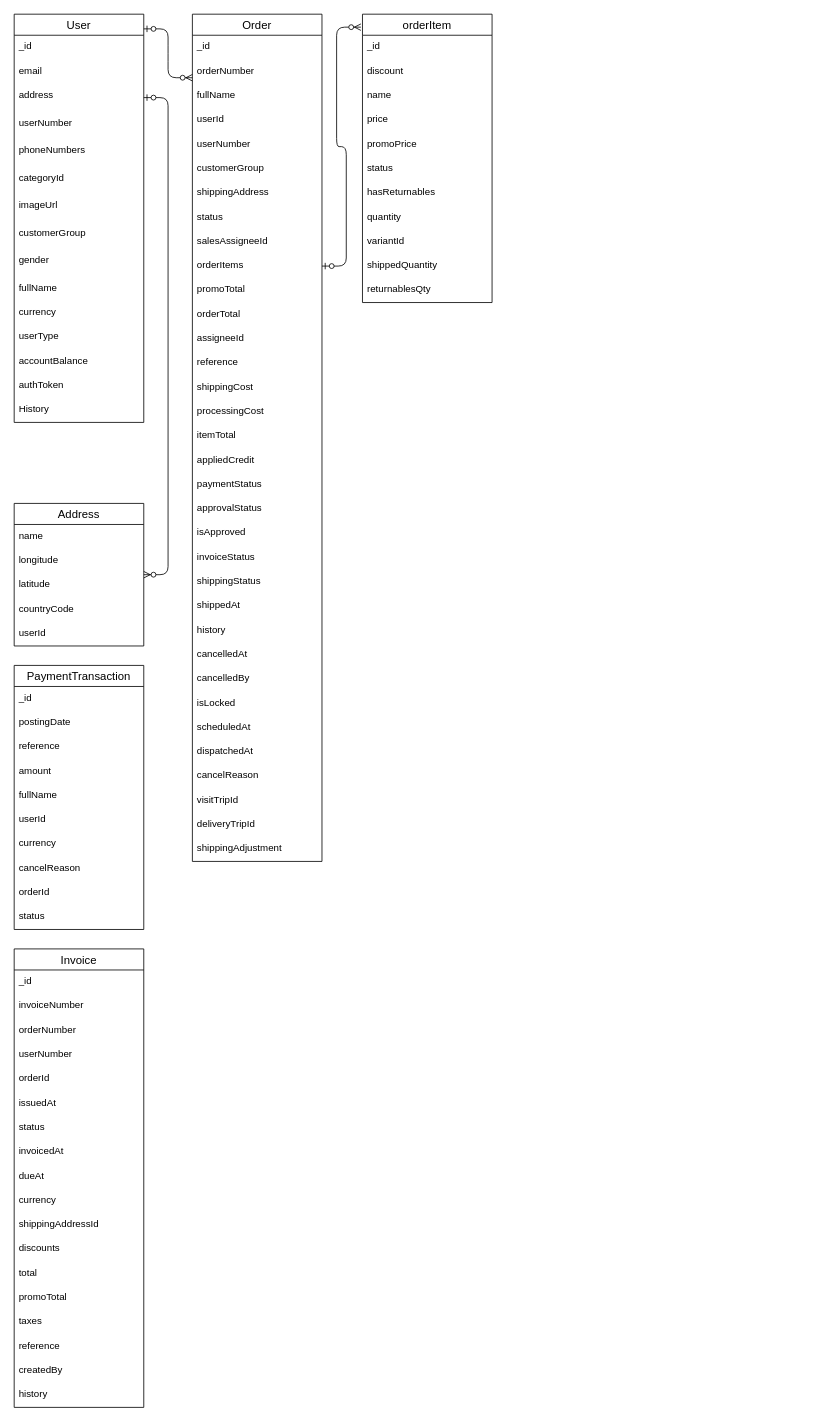
Above: Untitled Diagram.drawio in kadismile/groceries2go (draw.io), before the change. Source tidied: cells renumbered, new cells numbered last; positions are measured from the earlier drawing's top-left corner, leaving out a move shared by most shapes. Both pictures are drawn from the tidied source at 81%, with x=0, y=0 at pixel (14, 14).
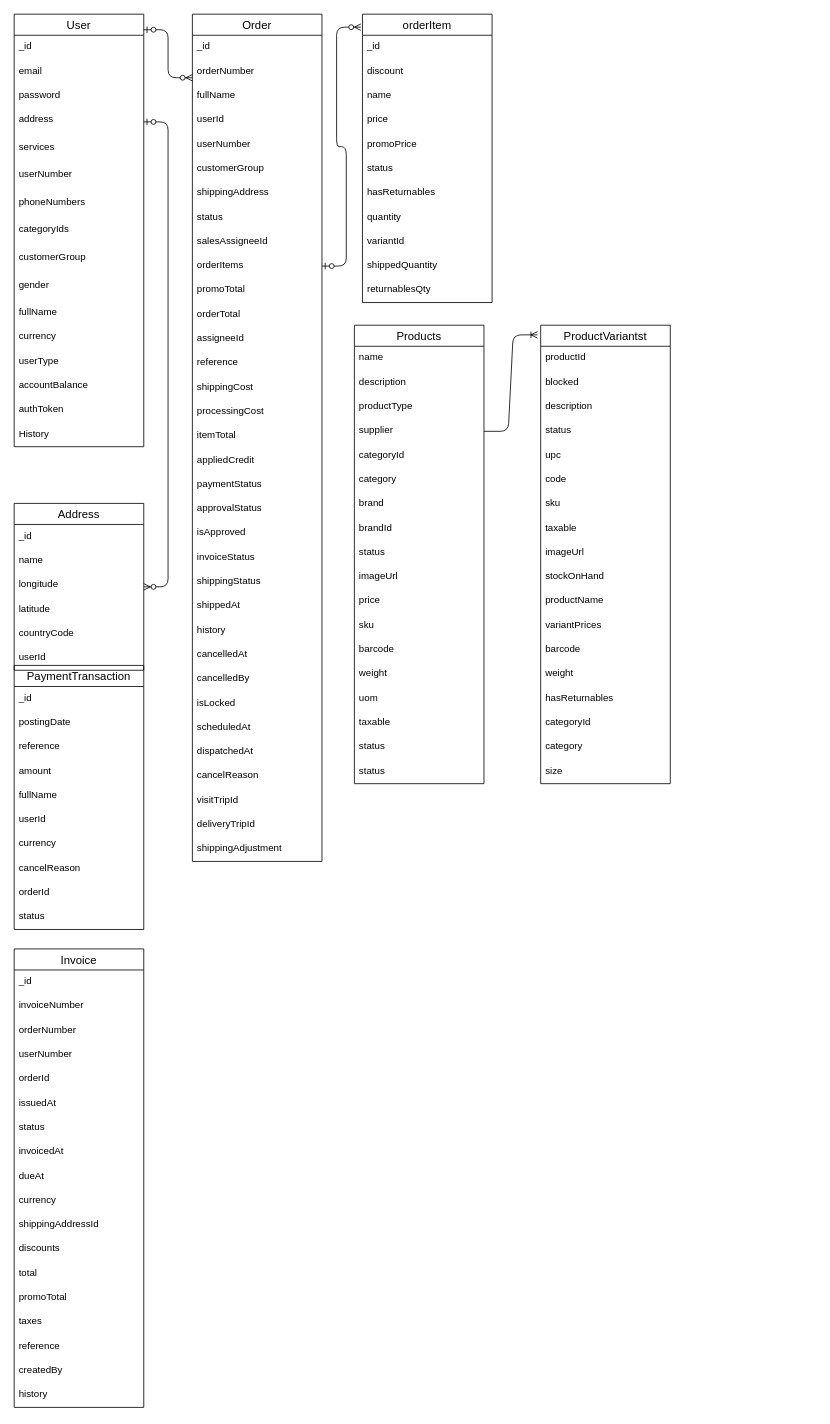
The same diagram, later.

Commit message:
added products and product variants to tables

Change to the diagram source:
```diff
@@
     <mxCell id="6" value="User" style="swimlane;fontStyle=0;horizontal=1;startSize=26;align=center;fontSize=14;" parent="1" vertex="1">
-      <mxGeometry width="160" height="504" as="geometry" />
+      <mxGeometry width="160" height="534" as="geometry" />
     </mxCell>
@@
+    <mxCell id="108" value="password" style="text;strokeColor=none;fillColor=none;spacingLeft=4;spacingRight=4;overflow=hidden;fontSize=12;" parent="6" vertex="1">
+      <mxGeometry y="86" width="160" height="30" as="geometry" />
+    </mxCell>
     <mxCell id="9" value="address" style="text;strokeColor=none;fillColor=none;spacingLeft=4;spacingRight=4;overflow=hidden;points=[[0,0.5],[1,0.5]];portConstraint=eastwest;fontSize=12;" parent="6" vertex="1">
-      <mxGeometry y="86" width="160" height="34" as="geometry" />
+      <mxGeometry y="116" width="160" height="34" as="geometry" />
     </mxCell>
+    <mxCell id="109" value="services&#10;" style="text;strokeColor=none;fillColor=none;spacingLeft=4;spacingRight=4;overflow=hidden;fontSize=12;" parent="6" vertex="1">
+      <mxGeometry y="150" width="160" height="34" as="geometry" />
+    </mxCell>
     <mxCell id="10" value="userNumber" style="text;strokeColor=none;fillColor=none;spacingLeft=4;spacingRight=4;overflow=hidden;fontSize=12;" parent="6" vertex="1">
-      <mxGeometry y="120" width="160" height="34" as="geometry" />
+      <mxGeometry y="184" width="160" height="34" as="geometry" />
     </mxCell>
     <mxCell id="11" value="phoneNumbers" style="text;strokeColor=none;fillColor=none;spacingLeft=4;spacingRight=4;overflow=hidden;fontSize=12;" parent="6" vertex="1">
-      <mxGeometry y="154" width="160" height="34" as="geometry" />
+      <mxGeometry y="218" width="160" height="34" as="geometry" />
     </mxCell>
-    <mxCell id="12" value="categoryId" style="text;strokeColor=none;fillColor=none;spacingLeft=4;spacingRight=4;overflow=hidden;fontSize=12;" parent="6" vertex="1">
-      <mxGeometry y="188" width="160" height="34" as="geometry" />
+    <mxCell id="12" value="categoryIds" style="text;strokeColor=none;fillColor=none;spacingLeft=4;spacingRight=4;overflow=hidden;fontSize=12;" parent="6" vertex="1">
+      <mxGeometry y="252" width="160" height="34" as="geometry" />
     </mxCell>
-    <mxCell id="13" value="imageUrl" style="text;strokeColor=none;fillColor=none;spacingLeft=4;spacingRight=4;overflow=hidden;fontSize=12;" parent="6" vertex="1">
-      <mxGeometry y="222" width="160" height="34" as="geometry" />
-    </mxCell>
     <mxCell id="14" value="customerGroup" style="text;strokeColor=none;fillColor=none;spacingLeft=4;spacingRight=4;overflow=hidden;fontSize=12;" parent="6" vertex="1">
-      <mxGeometry y="256" width="160" height="34" as="geometry" />
+      <mxGeometry y="286" width="160" height="34" as="geometry" />
     </mxCell>
     <mxCell id="15" value="gender" style="text;strokeColor=none;fillColor=none;spacingLeft=4;spacingRight=4;overflow=hidden;fontSize=12;" parent="6" vertex="1">
-      <mxGeometry y="290" width="160" height="34" as="geometry" />
+      <mxGeometry y="320" width="160" height="34" as="geometry" />
     </mxCell>
     <mxCell id="16" value="fullName" style="text;strokeColor=none;fillColor=none;spacingLeft=4;spacingRight=4;overflow=hidden;fontSize=12;" parent="6" vertex="1">
-      <mxGeometry y="324" width="160" height="30" as="geometry" />
+      <mxGeometry y="354" width="160" height="30" as="geometry" />
     </mxCell>
     <mxCell id="17" value="currency" style="text;strokeColor=none;fillColor=none;spacingLeft=4;spacingRight=4;overflow=hidden;fontSize=12;" parent="6" vertex="1">
-      <mxGeometry y="354" width="160" height="30" as="geometry" />
+      <mxGeometry y="384" width="160" height="30" as="geometry" />
     </mxCell>
     <mxCell id="18" value="userType" style="text;strokeColor=none;fillColor=none;spacingLeft=4;spacingRight=4;overflow=hidden;fontSize=12;" parent="6" vertex="1">
-      <mxGeometry y="384" width="160" height="30" as="geometry" />
+      <mxGeometry y="414" width="160" height="30" as="geometry" />
     </mxCell>
     <mxCell id="19" value="accountBalance" style="text;strokeColor=none;fillColor=none;spacingLeft=4;spacingRight=4;overflow=hidden;fontSize=12;" parent="6" vertex="1">
-      <mxGeometry y="414" width="160" height="30" as="geometry" />
+      <mxGeometry y="444" width="160" height="30" as="geometry" />
     </mxCell>
     <mxCell id="20" value="authToken" style="text;strokeColor=none;fillColor=none;spacingLeft=4;spacingRight=4;overflow=hidden;fontSize=12;" parent="6" vertex="1">
-      <mxGeometry y="444" width="160" height="30" as="geometry" />
+      <mxGeometry y="474" width="160" height="30" as="geometry" />
     </mxCell>
     <mxCell id="21" value="History" style="text;strokeColor=none;fillColor=none;spacingLeft=4;spacingRight=4;overflow=hidden;fontSize=12;" parent="6" vertex="1">
-      <mxGeometry y="474" width="160" height="30" as="geometry" />
+      <mxGeometry y="504" width="160" height="30" as="geometry" />
     </mxCell>
@@
+    <mxCell id="110" value="Products" style="swimlane;fontStyle=0;horizontal=1;startSize=26;align=center;fontSize=14;" parent="1" vertex="1">
+      <mxGeometry x="420" y="384" width="160" height="566" as="geometry" />
+    </mxCell>
+    <mxCell id="111" value="name" style="text;strokeColor=none;fillColor=none;spacingLeft=4;spacingRight=4;overflow=hidden;fontSize=12;" parent="110" vertex="1">
+      <mxGeometry y="26" width="160" height="30" as="geometry" />
+    </mxCell>
+    <mxCell id="112" value="description" style="text;strokeColor=none;fillColor=none;spacingLeft=4;spacingRight=4;overflow=hidden;fontSize=12;" parent="110" vertex="1">
+      <mxGeometry y="56" width="160" height="30" as="geometry" />
+    </mxCell>
+    <mxCell id="113" value="productType" style="text;strokeColor=none;fillColor=none;spacingLeft=4;spacingRight=4;overflow=hidden;fontSize=12;" parent="110" vertex="1">
+      <mxGeometry y="86" width="160" height="30" as="geometry" />
+    </mxCell>
+    <mxCell id="114" value="supplier" style="text;strokeColor=none;fillColor=none;spacingLeft=4;spacingRight=4;overflow=hidden;points=[[0,0.5],[1,0.5]];portConstraint=eastwest;fontSize=12;" parent="110" vertex="1">
+      <mxGeometry y="116" width="160" height="30" as="geometry" />
+    </mxCell>
+    <mxCell id="115" value="categoryId" style="text;strokeColor=none;fillColor=none;spacingLeft=4;spacingRight=4;overflow=hidden;fontSize=12;" parent="110" vertex="1">
+      <mxGeometry y="146" width="160" height="30" as="geometry" />
+    </mxCell>
+    <mxCell id="116" value="category" style="text;strokeColor=none;fillColor=none;spacingLeft=4;spacingRight=4;overflow=hidden;fontSize=12;" parent="110" vertex="1">
+      <mxGeometry y="176" width="160" height="30" as="geometry" />
+    </mxCell>
+    <mxCell id="117" value="brand" style="text;strokeColor=none;fillColor=none;spacingLeft=4;spacingRight=4;overflow=hidden;fontSize=12;" parent="110" vertex="1">
+      <mxGeometry y="206" width="160" height="30" as="geometry" />
+    </mxCell>
+    <mxCell id="118" value="brandId" style="text;strokeColor=none;fillColor=none;spacingLeft=4;spacingRight=4;overflow=hidden;fontSize=12;" parent="110" vertex="1">
+      <mxGeometry y="236" width="160" height="30" as="geometry" />
+    </mxCell>
+    <mxCell id="119" value="status" style="text;strokeColor=none;fillColor=none;spacingLeft=4;spacingRight=4;overflow=hidden;fontSize=12;" parent="110" vertex="1">
+      <mxGeometry y="266" width="160" height="30" as="geometry" />
+    </mxCell>
+    <mxCell id="120" value="imageUrl" style="text;strokeColor=none;fillColor=none;spacingLeft=4;spacingRight=4;overflow=hidden;fontSize=12;" parent="110" vertex="1">
+      <mxGeometry y="296" width="160" height="30" as="geometry" />
+    </mxCell>
+    <mxCell id="121" value="price" style="text;strokeColor=none;fillColor=none;spacingLeft=4;spacingRight=4;overflow=hidden;fontSize=12;" parent="110" vertex="1">
+      <mxGeometry y="326" width="160" height="30" as="geometry" />
+    </mxCell>
+    <mxCell id="122" value="sku" style="text;strokeColor=none;fillColor=none;spacingLeft=4;spacingRight=4;overflow=hidden;fontSize=12;" parent="110" vertex="1">
+      <mxGeometry y="356" width="160" height="30" as="geometry" />
+    </mxCell>
+    <mxCell id="123" value="barcode" style="text;strokeColor=none;fillColor=none;spacingLeft=4;spacingRight=4;overflow=hidden;fontSize=12;" parent="110" vertex="1">
+      <mxGeometry y="386" width="160" height="30" as="geometry" />
+    </mxCell>
+    <mxCell id="124" value="weight" style="text;strokeColor=none;fillColor=none;spacingLeft=4;spacingRight=4;overflow=hidden;fontSize=12;" parent="110" vertex="1">
+      <mxGeometry y="416" width="160" height="30" as="geometry" />
+    </mxCell>
+    <mxCell id="125" value="uom" style="text;strokeColor=none;fillColor=none;spacingLeft=4;spacingRight=4;overflow=hidden;fontSize=12;" parent="110" vertex="1">
+      <mxGeometry y="446" width="160" height="30" as="geometry" />
+    </mxCell>
+    <mxCell id="126" value="taxable" style="text;strokeColor=none;fillColor=none;spacingLeft=4;spacingRight=4;overflow=hidden;fontSize=12;" parent="110" vertex="1">
+      <mxGeometry y="476" width="160" height="30" as="geometry" />
+    </mxCell>
+    <mxCell id="127" value="status" style="text;strokeColor=none;fillColor=none;spacingLeft=4;spacingRight=4;overflow=hidden;fontSize=12;" parent="110" vertex="1">
+      <mxGeometry y="506" width="160" height="30" as="geometry" />
+    </mxCell>
+    <mxCell id="128" value="status" style="text;strokeColor=none;fillColor=none;spacingLeft=4;spacingRight=4;overflow=hidden;fontSize=12;" parent="110" vertex="1">
+      <mxGeometry y="536" width="160" height="30" as="geometry" />
+    </mxCell>
+    <mxCell id="129" value="ProductVariantst" style="swimlane;fontStyle=0;horizontal=1;startSize=26;align=center;fontSize=14;" parent="1" vertex="1">
+      <mxGeometry x="650" y="384" width="160" height="566" as="geometry" />
+    </mxCell>
+    <mxCell id="130" value="productId" style="text;strokeColor=none;fillColor=none;spacingLeft=4;spacingRight=4;overflow=hidden;fontSize=12;" parent="129" vertex="1">
+      <mxGeometry y="26" width="160" height="30" as="geometry" />
+    </mxCell>
+    <mxCell id="131" value="blocked" style="text;strokeColor=none;fillColor=none;spacingLeft=4;spacingRight=4;overflow=hidden;fontSize=12;" parent="129" vertex="1">
+      <mxGeometry y="56" width="160" height="30" as="geometry" />
+    </mxCell>
+    <mxCell id="132" value="description" style="text;strokeColor=none;fillColor=none;spacingLeft=4;spacingRight=4;overflow=hidden;fontSize=12;" parent="129" vertex="1">
+      <mxGeometry y="86" width="160" height="30" as="geometry" />
+    </mxCell>
+    <mxCell id="133" value="status" style="text;strokeColor=none;fillColor=none;spacingLeft=4;spacingRight=4;overflow=hidden;fontSize=12;" parent="129" vertex="1">
+      <mxGeometry y="116" width="160" height="30" as="geometry" />
+    </mxCell>
+    <mxCell id="134" value="upc" style="text;strokeColor=none;fillColor=none;spacingLeft=4;spacingRight=4;overflow=hidden;fontSize=12;" parent="129" vertex="1">
+      <mxGeometry y="146" width="160" height="30" as="geometry" />
+    </mxCell>
+    <mxCell id="135" value="code" style="text;strokeColor=none;fillColor=none;spacingLeft=4;spacingRight=4;overflow=hidden;fontSize=12;" parent="129" vertex="1">
+      <mxGeometry y="176" width="160" height="30" as="geometry" />
+    </mxCell>
+    <mxCell id="136" value="sku" style="text;strokeColor=none;fillColor=none;spacingLeft=4;spacingRight=4;overflow=hidden;fontSize=12;" parent="129" vertex="1">
+      <mxGeometry y="206" width="160" height="30" as="geometry" />
+    </mxCell>
+    <mxCell id="137" value="taxable" style="text;strokeColor=none;fillColor=none;spacingLeft=4;spacingRight=4;overflow=hidden;fontSize=12;" parent="129" vertex="1">
+      <mxGeometry y="236" width="160" height="30" as="geometry" />
+    </mxCell>
+    <mxCell id="138" value="imageUrl" style="text;strokeColor=none;fillColor=none;spacingLeft=4;spacingRight=4;overflow=hidden;fontSize=12;" parent="129" vertex="1">
+      <mxGeometry y="266" width="160" height="30" as="geometry" />
+    </mxCell>
+    <mxCell id="139" value="stockOnHand" style="text;strokeColor=none;fillColor=none;spacingLeft=4;spacingRight=4;overflow=hidden;fontSize=12;" parent="129" vertex="1">
+      <mxGeometry y="296" width="160" height="30" as="geometry" />
+    </mxCell>
+    <mxCell id="140" value="productName" style="text;strokeColor=none;fillColor=none;spacingLeft=4;spacingRight=4;overflow=hidden;fontSize=12;" parent="129" vertex="1">
+      <mxGeometry y="326" width="160" height="30" as="geometry" />
+    </mxCell>
+    <mxCell id="141" value="variantPrices" style="text;strokeColor=none;fillColor=none;spacingLeft=4;spacingRight=4;overflow=hidden;fontSize=12;" parent="129" vertex="1">
+      <mxGeometry y="356" width="160" height="30" as="geometry" />
+    </mxCell>
+    <mxCell id="142" value="barcode" style="text;strokeColor=none;fillColor=none;spacingLeft=4;spacingRight=4;overflow=hidden;fontSize=12;" parent="129" vertex="1">
+      <mxGeometry y="386" width="160" height="30" as="geometry" />
+    </mxCell>
+    <mxCell id="143" value="weight" style="text;strokeColor=none;fillColor=none;spacingLeft=4;spacingRight=4;overflow=hidden;fontSize=12;" parent="129" vertex="1">
+      <mxGeometry y="416" width="160" height="30" as="geometry" />
+    </mxCell>
+    <mxCell id="144" value="hasReturnables" style="text;strokeColor=none;fillColor=none;spacingLeft=4;spacingRight=4;overflow=hidden;fontSize=12;" parent="129" vertex="1">
+      <mxGeometry y="446" width="160" height="30" as="geometry" />
+    </mxCell>
+    <mxCell id="145" value="categoryId" style="text;strokeColor=none;fillColor=none;spacingLeft=4;spacingRight=4;overflow=hidden;fontSize=12;" parent="129" vertex="1">
+      <mxGeometry y="476" width="160" height="30" as="geometry" />
+    </mxCell>
+    <mxCell id="146" value="category" style="text;strokeColor=none;fillColor=none;spacingLeft=4;spacingRight=4;overflow=hidden;fontSize=12;" parent="129" vertex="1">
+      <mxGeometry y="506" width="160" height="30" as="geometry" />
+    </mxCell>
+    <mxCell id="147" value="size" style="text;strokeColor=none;fillColor=none;spacingLeft=4;spacingRight=4;overflow=hidden;fontSize=12;" parent="129" vertex="1">
+      <mxGeometry y="536" width="160" height="30" as="geometry" />
+    </mxCell>
@@
     <mxCell id="102" value="Address" style="swimlane;fontStyle=0;horizontal=1;startSize=26;align=center;fontSize=14;" parent="1" vertex="1">
-      <mxGeometry y="604" width="160" height="176" as="geometry" />
+      <mxGeometry y="604" width="160" height="206" as="geometry" />
     </mxCell>
-    <mxCell id="103" value="name" style="text;strokeColor=none;fillColor=none;spacingLeft=4;spacingRight=4;overflow=hidden;fontSize=12;" parent="102" vertex="1">
+    <mxCell id="103" value="_id" style="text;strokeColor=none;fillColor=none;spacingLeft=4;spacingRight=4;overflow=hidden;fontSize=12;" parent="102" vertex="1">
       <mxGeometry y="26" width="160" height="30" as="geometry" />
     </mxCell>
+    <mxCell id="148" value="name" style="text;strokeColor=none;fillColor=none;spacingLeft=4;spacingRight=4;overflow=hidden;fontSize=12;" parent="102" vertex="1">
+      <mxGeometry y="56" width="160" height="30" as="geometry" />
+    </mxCell>
     <mxCell id="104" value="longitude" style="text;strokeColor=none;fillColor=none;spacingLeft=4;spacingRight=4;overflow=hidden;fontSize=12;" parent="102" vertex="1">
-      <mxGeometry y="56" width="160" height="30" as="geometry" />
+      <mxGeometry y="86" width="160" height="30" as="geometry" />
     </mxCell>
     <mxCell id="105" value="latitude" style="text;strokeColor=none;fillColor=none;spacingLeft=4;spacingRight=4;overflow=hidden;fontSize=12;" parent="102" vertex="1">
-      <mxGeometry y="86" width="160" height="30" as="geometry" />
+      <mxGeometry y="116" width="160" height="30" as="geometry" />
     </mxCell>
     <mxCell id="106" value="countryCode" style="text;strokeColor=none;fillColor=none;spacingLeft=4;spacingRight=4;overflow=hidden;fontSize=12;" parent="102" vertex="1">
-      <mxGeometry y="116" width="160" height="30" as="geometry" />
+      <mxGeometry y="146" width="160" height="30" as="geometry" />
     </mxCell>
     <mxCell id="107" value="userId" style="text;strokeColor=none;fillColor=none;spacingLeft=4;spacingRight=4;overflow=hidden;fontSize=12;" parent="102" vertex="1">
-      <mxGeometry y="146" width="160" height="30" as="geometry" />
+      <mxGeometry y="176" width="160" height="30" as="geometry" />
     </mxCell>
+    <mxCell id="149" style="edgeStyle=entityRelationEdgeStyle;fontSize=12;html=1;endArrow=ERoneToMany;strokeColor=#000000;exitX=1;exitY=0.5;exitDx=0;exitDy=0;entryX=-0.025;entryY=0.021;entryDx=0;entryDy=0;entryPerimeter=0;" parent="1" edge="1" source="114" target="129">
+      <mxGeometry relative="1" as="geometry" />
+    </mxCell>
```
